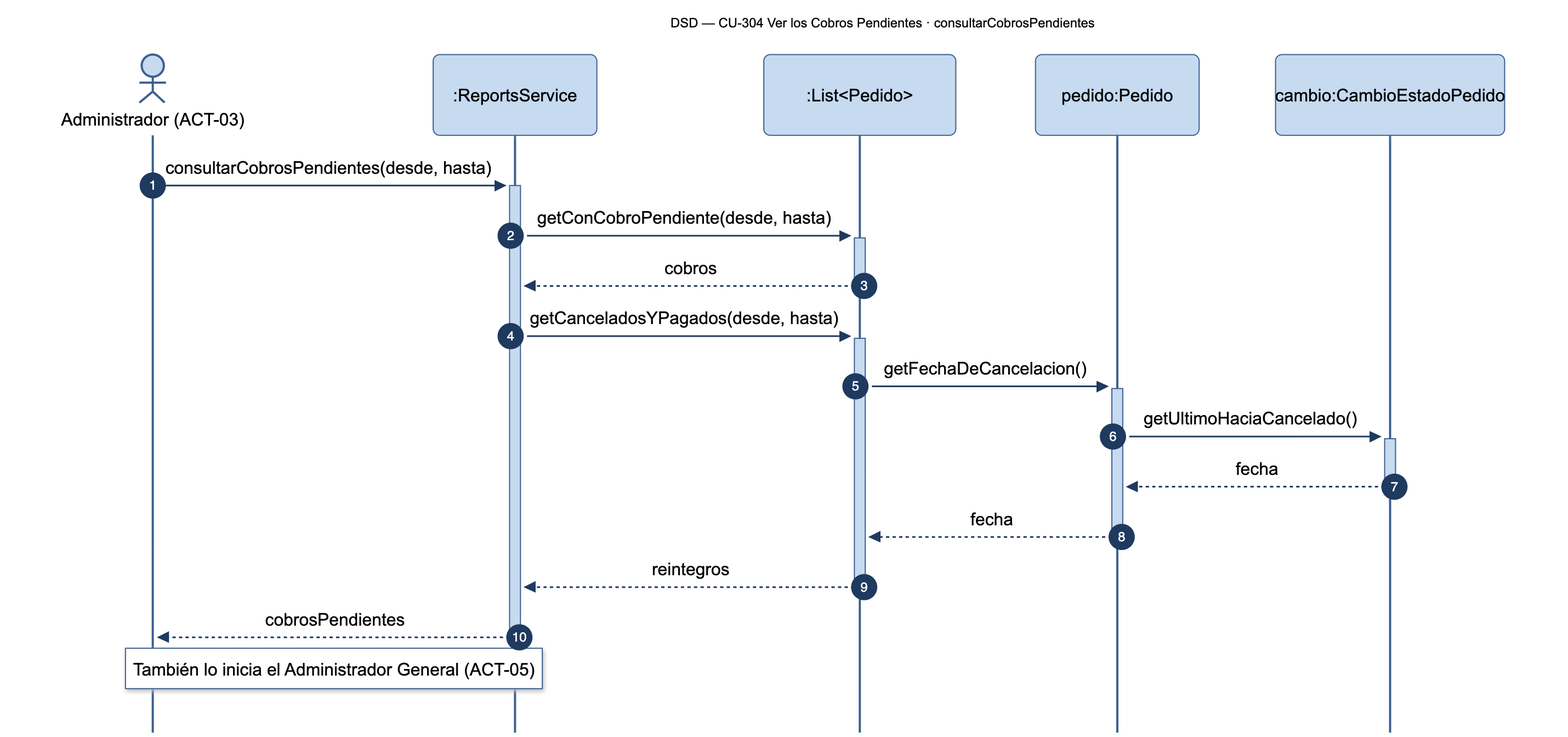
The Mermaid diagram diagramas/png/DSD_CU-304_consultarCobrosPendientes.png in Nahuelito-Dev/splg-docs, before a commit. Its source is kept beside it as diagramas/DSD_CU-304_consultarCobrosPendientes.mmd.
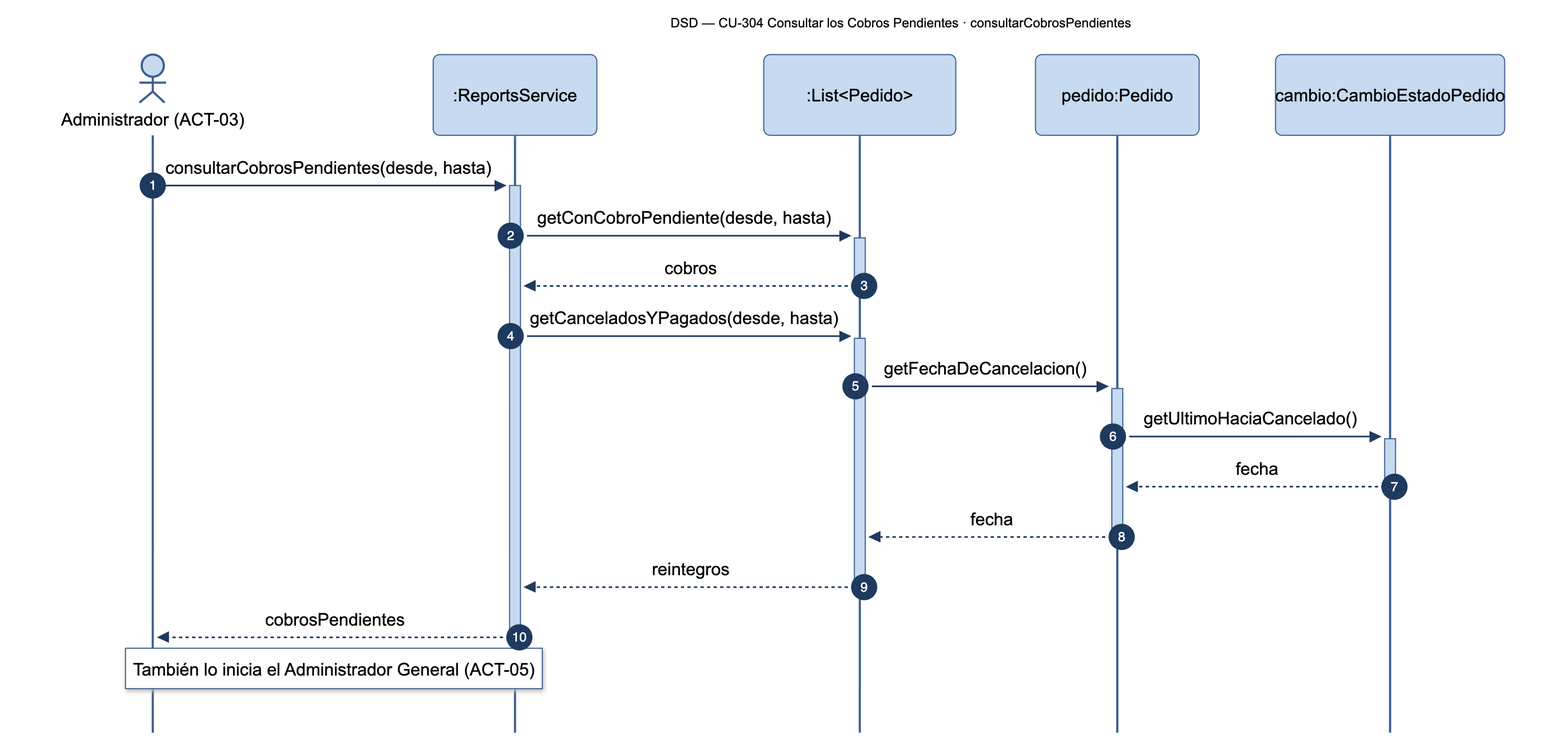
After the change.

Diff of the diagram source:
```diff
@@ -1,5 +1,5 @@
 sequenceDiagram
-    title DSD — CU-304 Ver los Cobros Pendientes · consultarCobrosPendientes
+    title DSD — CU-304 Consultar los Cobros Pendientes · consultarCobrosPendientes
     autonumber
     actor ADM as Administrador (ACT-03)
     participant SRV as :ReportsService
```
